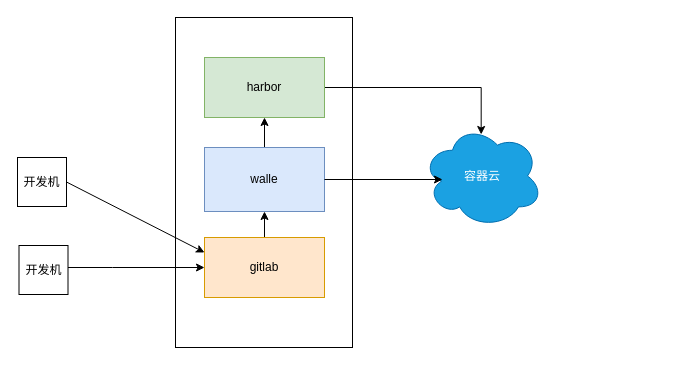
This is Untitled Diagram.drawio from minminmsn/Architecture, a draw.io file, before an edit. Source tidied: cells renumbered, new cells numbered last; positions are measured from the earlier drawing's top-left corner, leaving out a move shared by most shapes. Both pictures are drawn from the tidied source at 100%, with x=0, y=0 at pixel (17, 17).
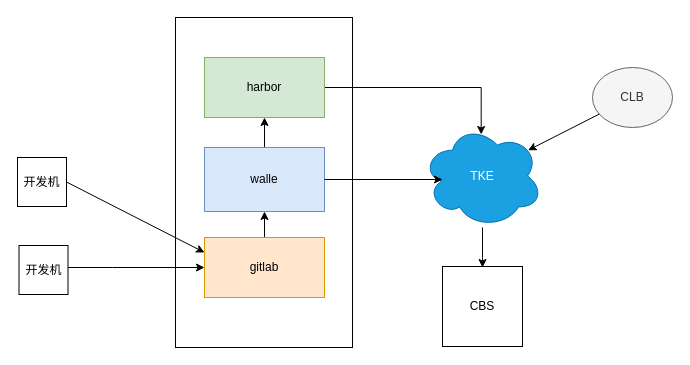
The same page after the edit.

Change to the diagram source:
```diff
@@
+    <mxCell id="15" style="edgeStyle=orthogonalEdgeStyle;rounded=0;jettySize=auto;html=1;" parent="1" edge="1" source="10">
+      <mxGeometry relative="1" as="geometry">
+        <mxPoint x="465" y="250" as="targetPoint" />
+        <Array as="points">
+          <mxPoint x="465" y="240" />
+          <mxPoint x="465" y="240" />
+        </Array>
+      </mxGeometry>
+    </mxCell>
-    <mxCell id="10" value="容器云" style="ellipse;shape=cloud;whiteSpace=wrap;html=1;fillColor=#1ba1e2;strokeColor=#006EAF;fontColor=#ffffff;" parent="1" vertex="1">
+    <mxCell id="10" value="TKE" style="ellipse;shape=cloud;whiteSpace=wrap;html=1;fillColor=#1ba1e2;strokeColor=#006EAF;fontColor=#ffffff;" parent="1" vertex="1">
       <mxGeometry x="405" y="107" width="120" height="103" as="geometry" />
     </mxCell>
@@
+    <mxCell id="16" value="CLB" style="ellipse;whiteSpace=wrap;html=1;fillColor=#f5f5f5;strokeColor=#666666;fontColor=#333333;" parent="1" vertex="1">
+      <mxGeometry x="575" y="50" width="80" height="60" as="geometry" />
+    </mxCell>
+    <mxCell id="17" style="endArrow=classic;html=1;entryX=0.88;entryY=0.25;entryDx=0;entryDy=0;entryPerimeter=0;" parent="1" edge="1" source="16" target="10">
+      <mxGeometry relative="1" as="geometry" />
+    </mxCell>
+    <mxCell id="18" value="CBS" style="whiteSpace=wrap;html=1;" parent="1" vertex="1">
+      <mxGeometry x="425" y="249" width="80" height="80" as="geometry" />
+    </mxCell>
```
